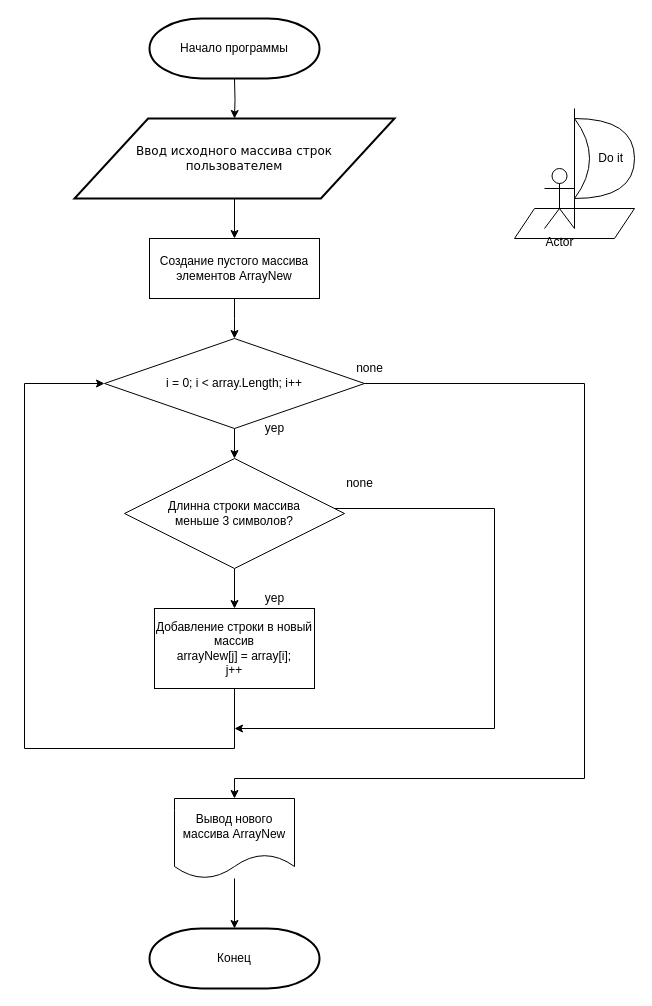
yanFORray/FirstQuarterProject keeps this draw.io diagram as shemafor.drawio. Above is the earlier version. Source tidied: cells renumbered, new cells numbered last; positions are measured from the earlier drawing's top-left corner, leaving out a move shared by most shapes. Both pictures are drawn from the tidied source at 100%, with x=0, y=0 at pixel (24, 18).
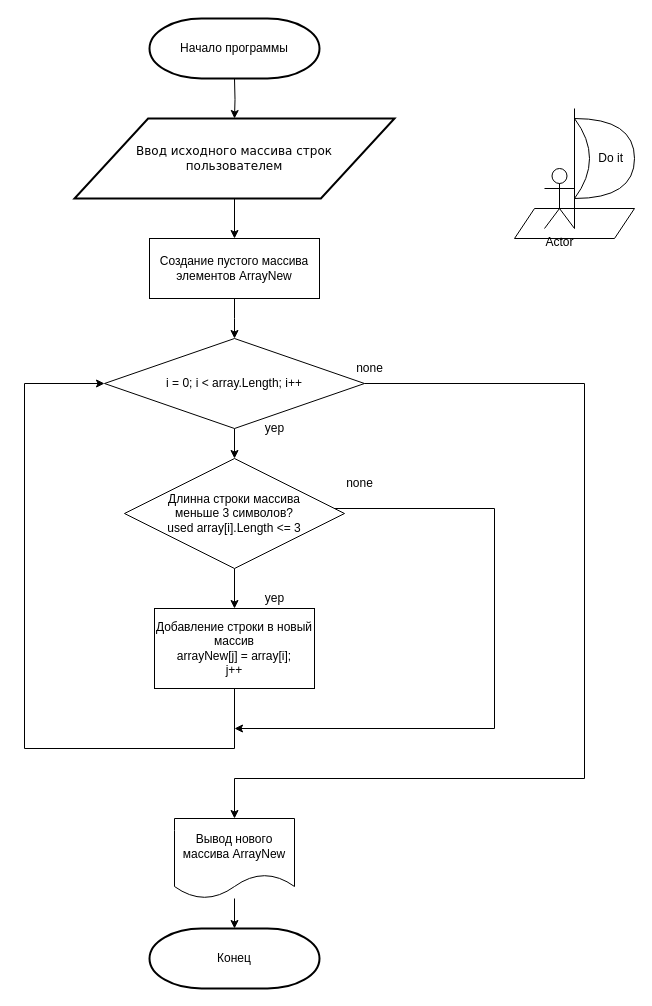
Above is the later version.

Commit message:
added block-shema

The edit, as a diff of the source:
```diff
@@
-    <mxCell id="11" value="Длинна строки массива &lt;br&gt;меньше 3 символов?" style="rhombus;whiteSpace=wrap;html=1;" parent="1" vertex="1">
+    <mxCell id="11" value="Длинна строки массива &lt;br&gt;меньше 3 символов?&lt;br&gt;used array[i].Length &amp;lt;= 3" style="rhombus;whiteSpace=wrap;html=1;" parent="1" vertex="1">
       <mxGeometry x="100" y="440" width="220" height="110" as="geometry" />
     </mxCell>
@@
     <mxCell id="17" value="Вывод нового массива ArrayNew" style="shape=document;whiteSpace=wrap;html=1;boundedLbl=1;" parent="1" vertex="1">
-      <mxGeometry x="150" y="780" width="120" height="80" as="geometry" />
+      <mxGeometry x="150" y="800" width="120" height="80" as="geometry" />
     </mxCell>
```
